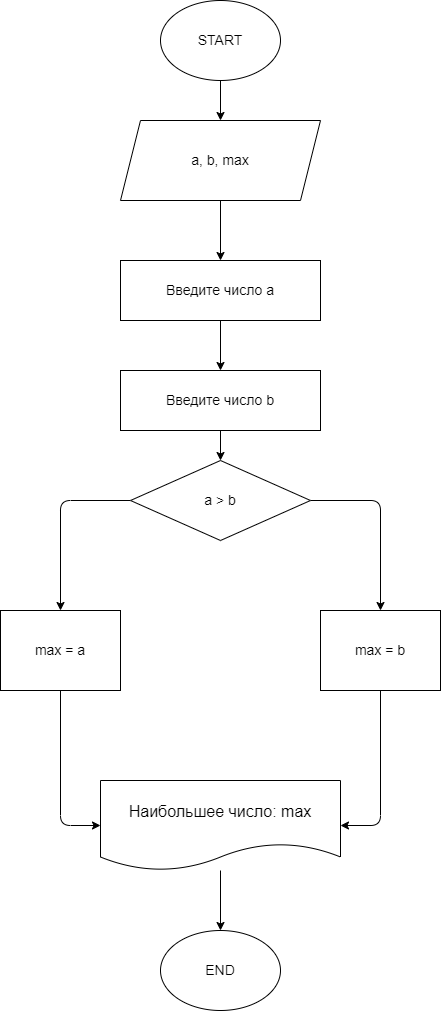
This is Homework/Homework_01/Ex002/diagram.drawio.png from shenlindao/CSharp, a draw.io export, as it was before one commit. Source tidied: cells renumbered, new cells last; positions are measured from the earlier drawing's top-left corner, leaving out a move shared by most shapes.
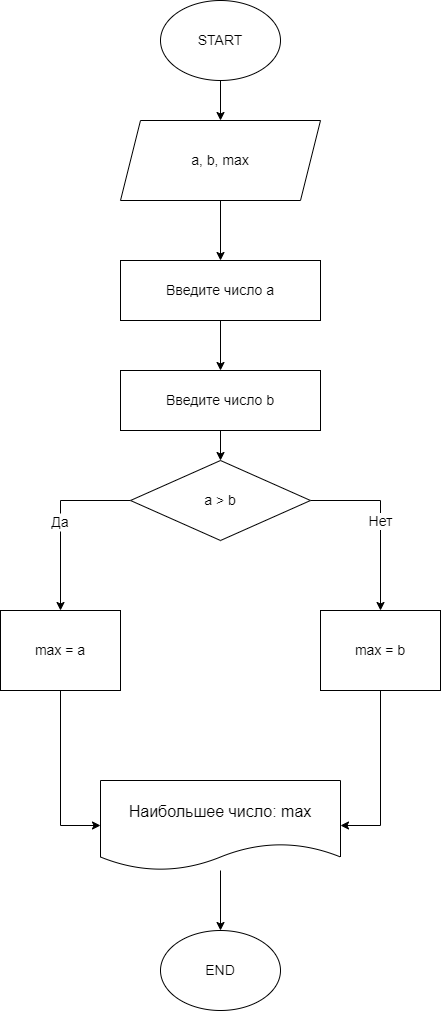
The same file after the commit.

The edit, as a diff of the source:
```diff
@@ -28,14 +28,14 @@
     <mxCell id="9" value="END" style="ellipse;whiteSpace=wrap;html=1;fontSize=14;" parent="1" vertex="1">
       <mxGeometry x="160" y="930" width="120" height="80" as="geometry" />
     </mxCell>
-    <mxCell id="10" style="edgeStyle=none;html=1;entryX=0.5;entryY=0;entryDx=0;entryDy=0;fontSize=14;" parent="1" edge="1" source="12" target="14">
+    <mxCell id="10" value="Да" style="edgeStyle=none;entryX=0.5;entryY=0;entryDx=0;entryDy=0;fontSize=14;rounded=0;" parent="1" edge="1" source="12" target="14">
       <mxGeometry relative="1" as="geometry">
         <Array as="points">
           <mxPoint x="60" y="500" />
         </Array>
       </mxGeometry>
     </mxCell>
-    <mxCell id="11" style="edgeStyle=none;html=1;entryX=0.5;entryY=0;entryDx=0;entryDy=0;fontSize=14;" parent="1" edge="1" source="12" target="16">
+    <mxCell id="11" value="Нет" style="edgeStyle=none;html=1;entryX=0.5;entryY=0;entryDx=0;entryDy=0;fontSize=14;rounded=0;" parent="1" edge="1" source="12" target="16">
       <mxGeometry relative="1" as="geometry">
         <Array as="points">
           <mxPoint x="380" y="500" />
@@ -45,7 +45,7 @@
     <mxCell id="12" value="&lt;font style=&quot;font-size: 14px;&quot;&gt;a &amp;gt; b&lt;/font&gt;" style="rhombus;whiteSpace=wrap;html=1;" parent="1" vertex="1">
       <mxGeometry x="130" y="460" width="180" height="80" as="geometry" />
     </mxCell>
-    <mxCell id="13" style="edgeStyle=none;html=1;entryX=0;entryY=0.5;entryDx=0;entryDy=0;fontSize=14;" parent="1" edge="1" source="14" target="8">
+    <mxCell id="13" style="edgeStyle=none;html=1;entryX=0;entryY=0.5;entryDx=0;entryDy=0;fontSize=14;rounded=0;" parent="1" edge="1" source="14" target="8">
       <mxGeometry relative="1" as="geometry">
         <Array as="points">
           <mxPoint x="60" y="825" />
@@ -55,7 +55,7 @@
     <mxCell id="14" value="&lt;font style=&quot;font-size: 14px;&quot;&gt;max = a&lt;/font&gt;" style="whiteSpace=wrap;html=1;" parent="1" vertex="1">
       <mxGeometry y="610" width="120" height="80" as="geometry" />
     </mxCell>
-    <mxCell id="15" style="edgeStyle=none;html=1;entryX=1;entryY=0.5;entryDx=0;entryDy=0;fontSize=14;" parent="1" edge="1" source="16" target="8">
+    <mxCell id="15" style="edgeStyle=none;html=1;entryX=1;entryY=0.5;entryDx=0;entryDy=0;fontSize=14;rounded=0;" parent="1" edge="1" source="16" target="8">
       <mxGeometry relative="1" as="geometry">
         <Array as="points">
           <mxPoint x="380" y="825" />
```
